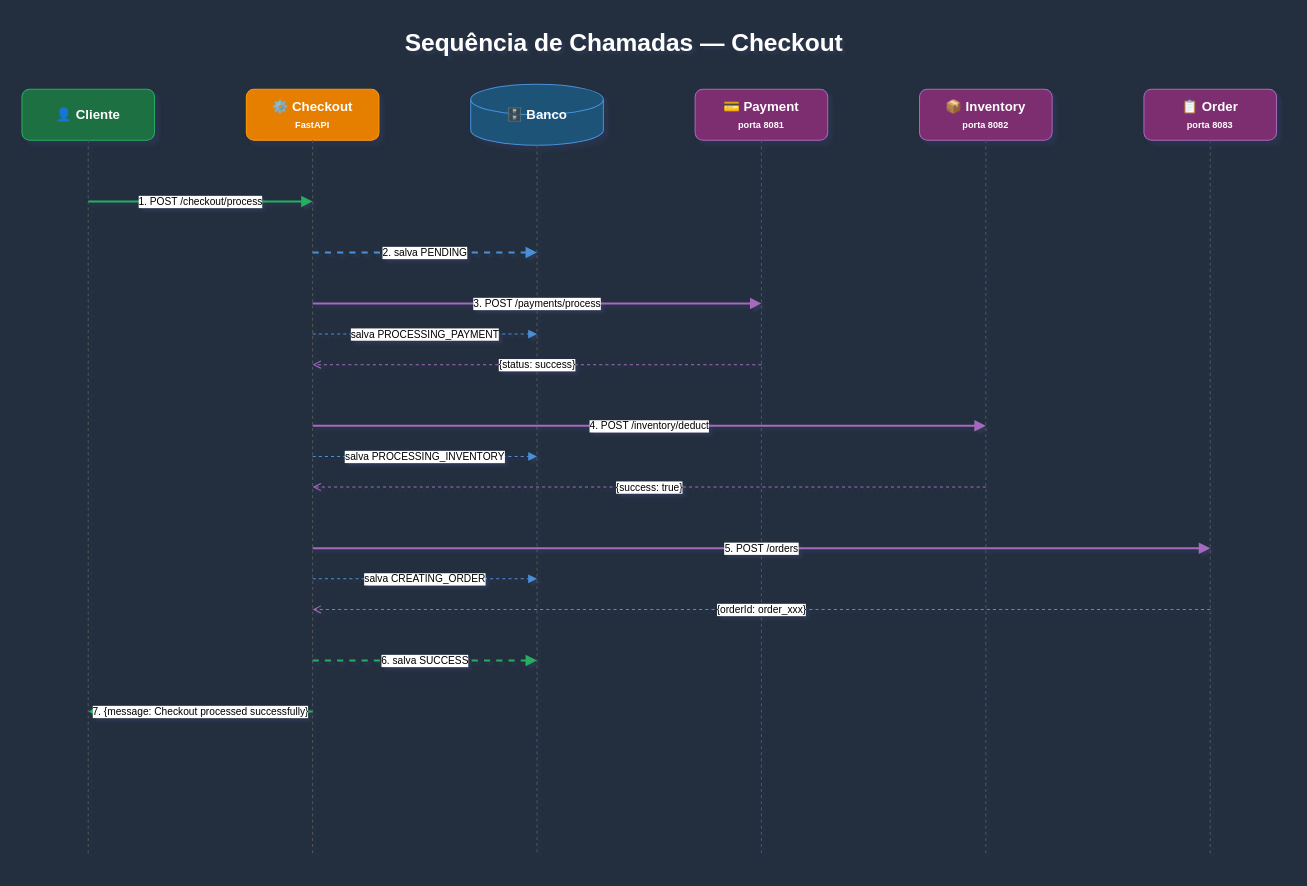
Above: page "Diagrama de Sequência" (2 of 2) of architecture.drawio in dgeison/microsservicos-checkout-api (draw.io), before the change. Source tidied: cells renumbered, new cells numbered last; positions are measured from the earlier drawing's top-left corner, leaving out a move shared by most shapes. Both pictures are drawn from the tidied source at 102%, with x=0, y=0 at pixel (21, 17).
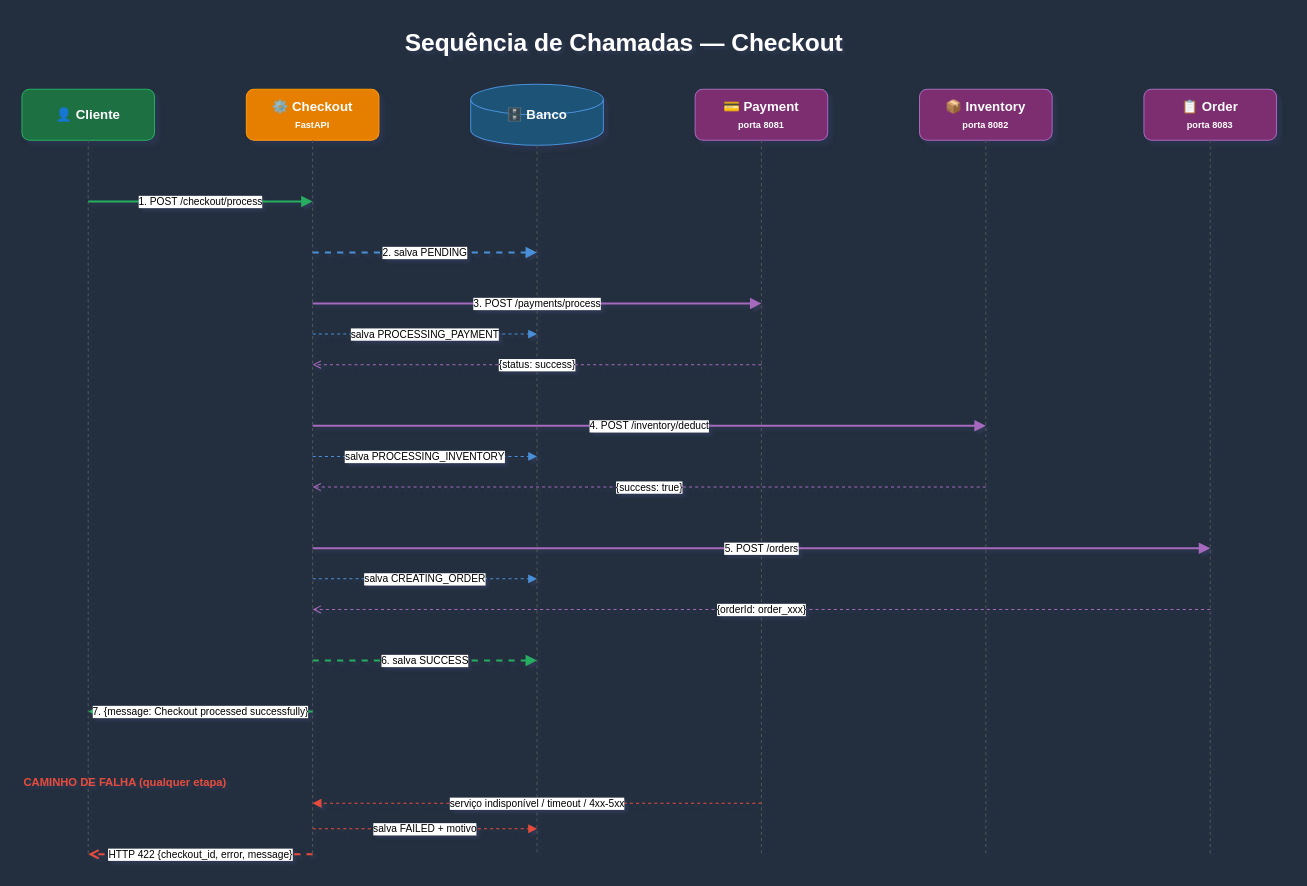
After the change.

Commit message (it also covers changes not shown here):
feat: tratamento de erros de conectividade nos clients HTTP

The edit, as a diff of the source:
```diff
@@
+    <mxCell id="28" value="CAMINHO DE FALHA (qualquer etapa)" style="text;html=1;strokeColor=none;fillColor=none;align=left;verticalAlign=middle;fontSize=11;fontStyle=1;fontColor=#E74C3C;" parent="1" vertex="1">
+      <mxGeometry y="735" width="340" height="30" as="geometry" />
+    </mxCell>
+    <mxCell id="29" value="serviço indisponível / timeout / 4xx-5xx" style="html=1;strokeColor=#E74C3C;strokeWidth=1;endArrow=block;endFill=1;dashed=1;fontColor=default;fontSize=10;" parent="1" edge="1">
+      <mxGeometry relative="1" as="geometry">
+        <mxPoint x="725" y="770" as="sourcePoint" />
+        <mxPoint x="285" y="770" as="targetPoint" />
+      </mxGeometry>
+    </mxCell>
+    <mxCell id="30" value="salva FAILED + motivo" style="html=1;strokeColor=#E74C3C;strokeWidth=1;endArrow=block;endFill=1;dashed=1;fontColor=default;fontSize=10;" parent="1" edge="1">
+      <mxGeometry relative="1" as="geometry">
+        <mxPoint x="285" y="795" as="sourcePoint" />
+        <mxPoint x="505" y="795" as="targetPoint" />
+      </mxGeometry>
+    </mxCell>
+    <mxCell id="31" value="HTTP 422 {checkout_id, error, message}" style="html=1;strokeColor=#E74C3C;strokeWidth=2;endArrow=open;dashed=1;fontColor=default;fontSize=10;" parent="1" edge="1">
+      <mxGeometry relative="1" as="geometry">
+        <mxPoint x="285" y="820" as="sourcePoint" />
+        <mxPoint x="65" y="820" as="targetPoint" />
+      </mxGeometry>
+    </mxCell>
```
